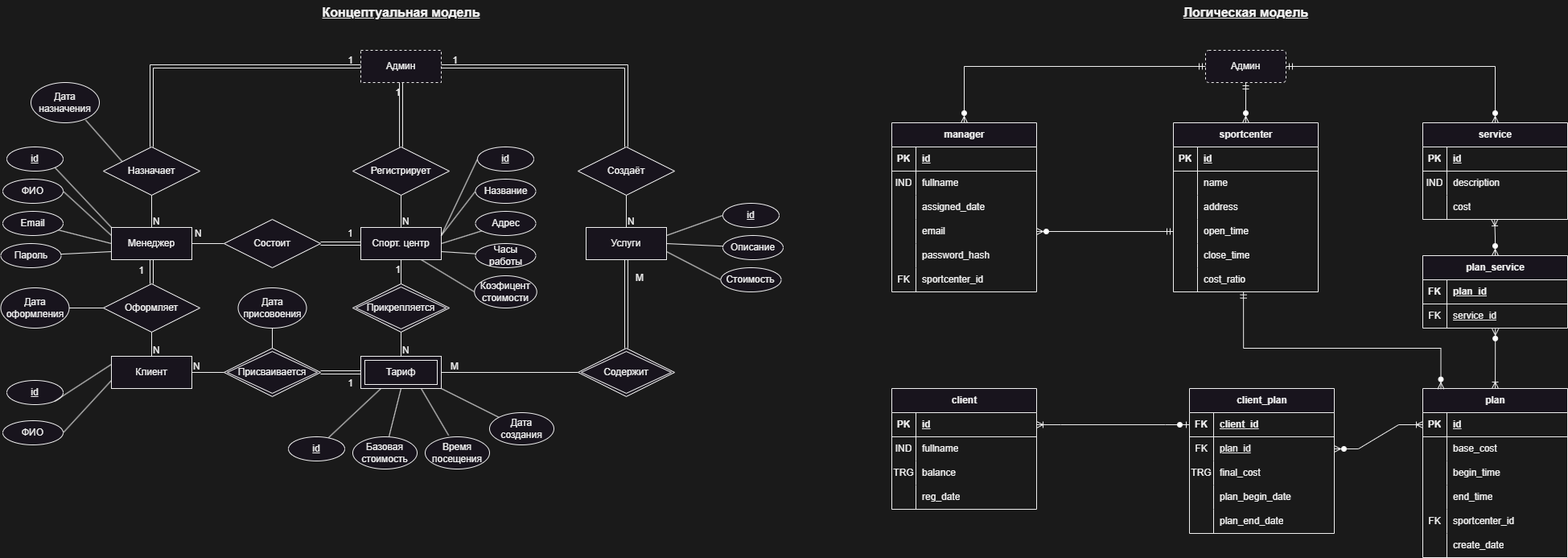
Before: docs/FitnessClientPanel.png, a diagram exported from draw.io (shonqwezon/FitnessClientPanel). Source tidied: cells renumbered, new cells last; positions are measured from the earlier drawing's top-left corner, leaving out a move shared by most shapes.
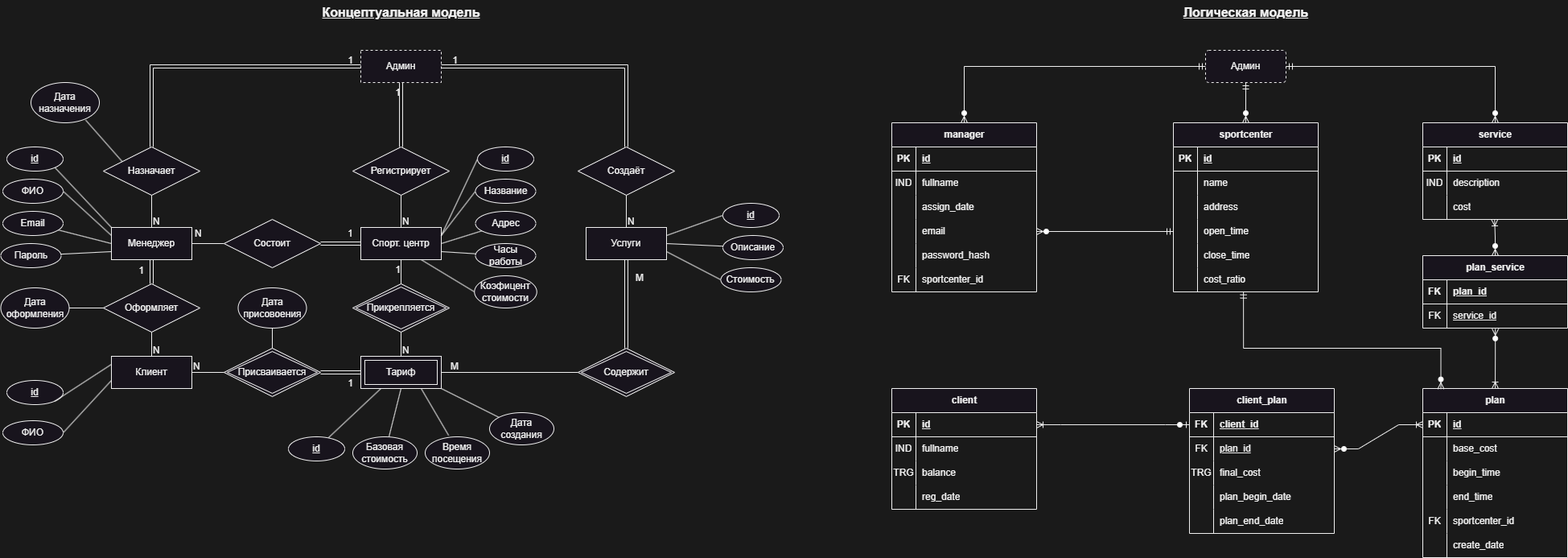
After the commit.

Commit message:
fix: update field name

What changed in the source:
```diff
@@ -296,7 +296,7 @@
     <mxCell id="91" style="shape=partialRectangle;fillColor=none;top=0;left=0;bottom=0;right=0;overflow=hidden;whiteSpace=wrap;html=1;" parent="90" vertex="1">
       <mxGeometry width="30" height="30" as="geometry" />
     </mxCell>
-    <mxCell id="92" value="assigned_date" style="shape=partialRectangle;fillColor=none;top=0;left=0;bottom=0;right=0;align=left;spacingLeft=6;overflow=hidden;whiteSpace=wrap;html=1;" parent="90" vertex="1">
+    <mxCell id="92" value="assign_date" style="shape=partialRectangle;fillColor=none;top=0;left=0;bottom=0;right=0;align=left;spacingLeft=6;overflow=hidden;whiteSpace=wrap;html=1;" parent="90" vertex="1">
       <mxGeometry x="30" width="150" height="30" as="geometry" />
     </mxCell>
     <mxCell id="93" style="shape=tableRow;horizontal=0;startSize=0;swimlaneHead=0;swimlaneBody=0;fillColor=none;points=[[0,0.5],[1,0.5]];portConstraint=eastwest;top=0;left=0;right=0;bottom=0;" parent="83" vertex="1">
```
